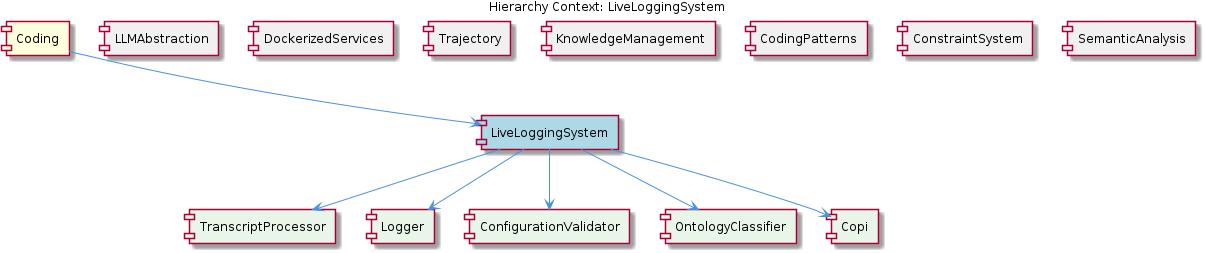
Before: knowledge-management/insights/images/live-logging-system-relationship.png, a diagram exported from PlantUML (fwornle/coding). Its source is kept beside it as .data/knowledge-graph/insights/puml/live-logging-system-relationship.puml. The source it was exported from:
```plantuml
@startuml
!include _standard-style.puml

title Hierarchy Context: LiveLoggingSystem

[Coding] as coding #FFFFDD
[LiveLoggingSystem] as live_logging_system #LightBlue
[LLMAbstraction] as llmabstraction #F0F0F0
[DockerizedServices] as dockerized_services #F0F0F0
[Trajectory] as trajectory #F0F0F0
[KnowledgeManagement] as knowledge_management #F0F0F0
[CodingPatterns] as coding_patterns #F0F0F0
[ConstraintSystem] as constraint_system #F0F0F0
[SemanticAnalysis] as semantic_analysis #F0F0F0
[TranscriptProcessor] as transcript_processor #E8F5E8
[Logger] as logger #E8F5E8
[ConfigurationValidator] as configuration_validator #E8F5E8
[OntologyClassifier] as ontology_classifier #E8F5E8
[Copi] as copi #E8F5E8

coding --> live_logging_system
llmabstraction -[hidden]- live_logging_system
dockerized_services -[hidden]- live_logging_system
trajectory -[hidden]- live_logging_system
knowledge_management -[hidden]- live_logging_system
coding_patterns -[hidden]- live_logging_system
constraint_system -[hidden]- live_logging_system
semantic_analysis -[hidden]- live_logging_system
live_logging_system --> transcript_processor
live_logging_system --> logger
live_logging_system --> configuration_validator
live_logging_system --> ontology_classifier
live_logging_system --> copi

@enduml
```
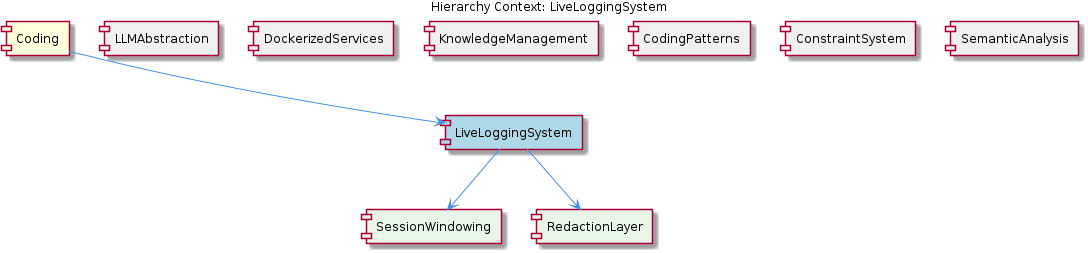
Above is the later version.

Change to the diagram source:
```diff
@@ -7,29 +7,21 @@
 [LiveLoggingSystem] as live_logging_system #LightBlue
 [LLMAbstraction] as llmabstraction #F0F0F0
 [DockerizedServices] as dockerized_services #F0F0F0
-[Trajectory] as trajectory #F0F0F0
 [KnowledgeManagement] as knowledge_management #F0F0F0
 [CodingPatterns] as coding_patterns #F0F0F0
 [ConstraintSystem] as constraint_system #F0F0F0
 [SemanticAnalysis] as semantic_analysis #F0F0F0
-[TranscriptProcessor] as transcript_processor #E8F5E8
-[Logger] as logger #E8F5E8
-[ConfigurationValidator] as configuration_validator #E8F5E8
-[OntologyClassifier] as ontology_classifier #E8F5E8
-[Copi] as copi #E8F5E8
+[SessionWindowing] as session_windowing #E8F5E8
+[RedactionLayer] as redaction_layer #E8F5E8
 
 coding --> live_logging_system
 llmabstraction -[hidden]- live_logging_system
 dockerized_services -[hidden]- live_logging_system
-trajectory -[hidden]- live_logging_system
 knowledge_management -[hidden]- live_logging_system
 coding_patterns -[hidden]- live_logging_system
 constraint_system -[hidden]- live_logging_system
 semantic_analysis -[hidden]- live_logging_system
-live_logging_system --> transcript_processor
-live_logging_system --> logger
-live_logging_system --> configuration_validator
-live_logging_system --> ontology_classifier
-live_logging_system --> copi
+live_logging_system --> session_windowing
+live_logging_system --> redaction_layer
 
 @enduml
```
